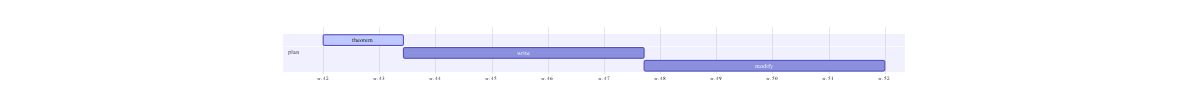
Above: gantt.mmd.png in libin1987832/libin1987832.github.io (Mermaid), before the change. Its source is kept beside it as gantt.mmd.
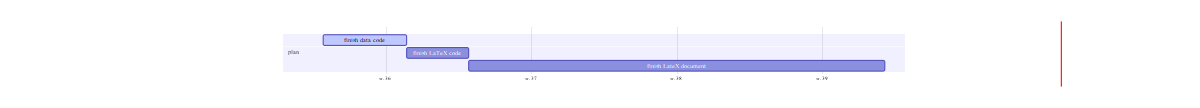
Above is the later version.

What changed in the source:
```diff
@@ -1,5 +1,5 @@
 gantt
 section plan
-theorem     :active,    des1, 2019-10-21,10d
-write        : des2, after des1, 30d
-modify      :         des3, after des2, 30d
+finish data code    :active,    des1, 2019-09-06,4d
+finish LaTeX code        : des2, after des1, 3d
+finish LateX document      :         des3, after des2, 20d
```
